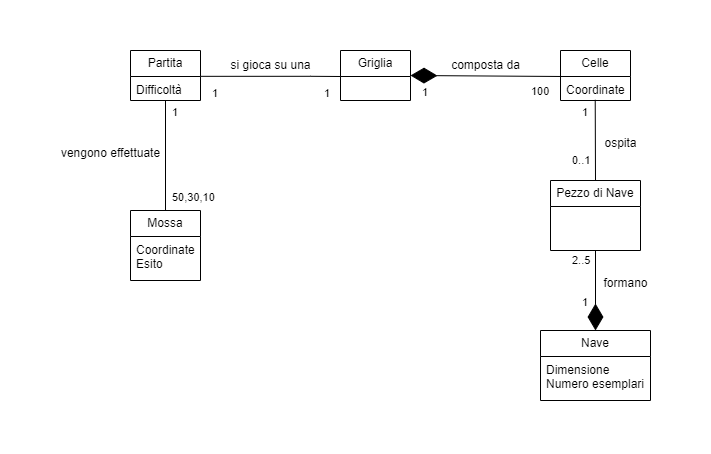
This is docs/img/modelloDiDominio.png from softeng2223-inf-uniba/progetto2223-thompson, a draw.io export, as it was before one commit. Source tidied: cells renumbered, new cells last; positions are measured from the earlier drawing's top-left corner, leaving out a move shared by most shapes.
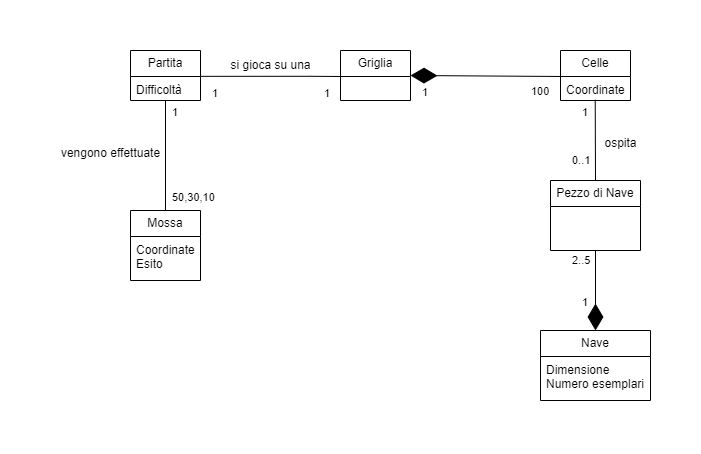
After the change.

Commit message:
Corretto il modello di dominio

Diff of the diagram source:
```diff
@@ -56,9 +56,6 @@
     <mxCell id="16" style="endArrow=diamondThin;endFill=1;endSize=24;html=1;rounded=0;entryX=1;entryY=0.5;entryDx=0;entryDy=0;exitX=0.043;exitY=0;exitDx=0;exitDy=0;exitPerimeter=0;" parent="1" edge="1" source="6" target="4">
       <mxGeometry relative="1" as="geometry" />
     </mxCell>
-    <mxCell id="17" value="composta da" style="text;html=1;align=center;verticalAlign=middle;strokeColor=none;fillColor=none;" parent="1" vertex="1">
-      <mxGeometry x="390" width="90" height="30" as="geometry" />
-    </mxCell>
     <mxCell id="18" value="1" style="edgeLabel;html=1;align=left;verticalAlign=bottom;" parent="1" vertex="1">
       <mxGeometry x="370" y="50" as="geometry" />
     </mxCell>
@@ -96,9 +93,6 @@
     <mxCell id="28" style="endArrow=diamondThin;endFill=1;endSize=24;html=1;rounded=0;exitX=0.5;exitY=1;exitDx=0;exitDy=0;entryX=0.5;entryY=0;entryDx=0;entryDy=0;" parent="1" edge="1" source="7" target="8">
       <mxGeometry relative="1" as="geometry" />
     </mxCell>
-    <mxCell id="29" value="formano" style="text;html=1;align=center;verticalAlign=middle;strokeColor=none;fillColor=none;" parent="1" vertex="1">
-      <mxGeometry x="540" y="218" width="70" height="30" as="geometry" />
-    </mxCell>
     <mxCell id="30" value="2..5" style="edgeLabel;html=1;align=left;verticalAlign=bottom;" parent="1" vertex="1">
       <mxGeometry x="520" y="218" as="geometry" />
     </mxCell>
```
